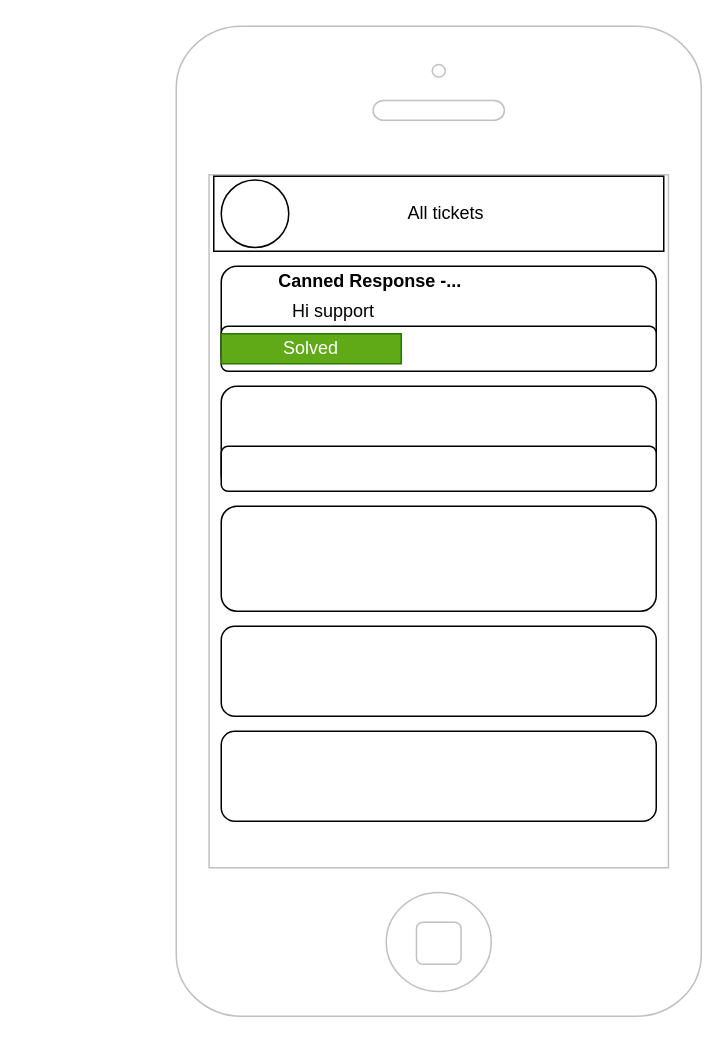
Earlier version of the draw.io diagram ticketserviceUI.drawio (RussTracy/Service-Ticket-Manager). Source tidied: cells renumbered, new cells numbered last; positions are measured from the earlier drawing's top-left corner, leaving out a move shared by most shapes. Both pictures are drawn from the tidied source at 150%, with x=0, y=0 at pixel (176, 26).
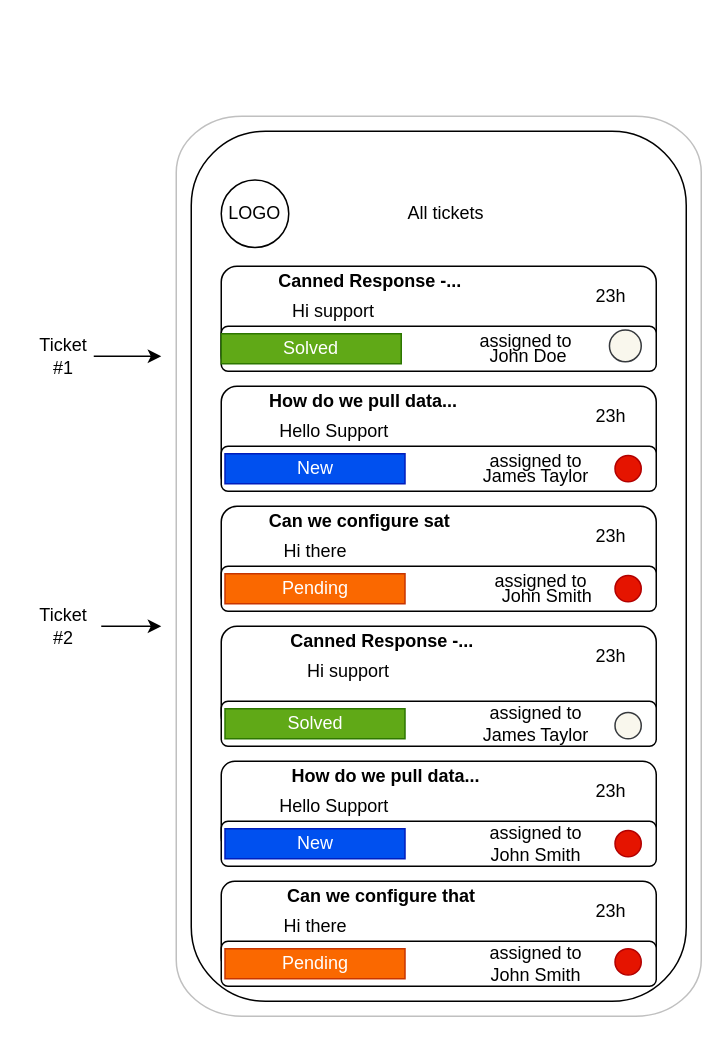
After the change.

Diff of the diagram source:
```diff
@@
     <mxCell id="2" style="html=1;verticalLabelPosition=bottom;labelBackgroundColor=#ffffff;verticalAlign=top;shadow=0;dashed=0;strokeWidth=1;shape=mxgraph.ios7.misc.iphone;strokeColor=#c0c0c0;rounded=0;sketch=0;" parent="1" vertex="1">
-      <mxGeometry width="350" height="660" as="geometry" />
+      <mxGeometry y="60" width="350" height="600" as="geometry" />
     </mxCell>
-    <mxCell id="3" style="rounded=0;whiteSpace=wrap;html=1;sketch=0;" parent="1" vertex="1">
-      <mxGeometry x="25" y="100" width="300" height="50" as="geometry" />
-    </mxCell>
+    <mxCell id="16" style="rounded=1;whiteSpace=wrap;html=1;" parent="1" vertex="1">
+      <mxGeometry x="10" y="70" width="330" height="580" as="geometry" />
+    </mxCell>
-    <mxCell id="4" style="ellipse;whiteSpace=wrap;html=1;rounded=0;sketch=0;" parent="1" vertex="1">
+    <mxCell id="4" value="LOGO" style="ellipse;whiteSpace=wrap;html=1;rounded=0;sketch=0;" parent="1" vertex="1">
       <mxGeometry x="30" y="102.5" width="45" height="45" as="geometry" />
     </mxCell>
@@
     <mxCell id="9" style="rounded=1;whiteSpace=wrap;html=1;sketch=0;" parent="1" vertex="1">
-      <mxGeometry x="30" y="400" width="290" height="60" as="geometry" />
+      <mxGeometry x="30" y="400" width="290" height="70" as="geometry" />
     </mxCell>
     <mxCell id="10" style="rounded=1;whiteSpace=wrap;html=1;sketch=0;" parent="1" vertex="1">
-      <mxGeometry x="30" y="470" width="290" height="60" as="geometry" />
+      <mxGeometry x="30" y="490" width="290" height="60" as="geometry" />
     </mxCell>
@@
+    <mxCell id="17" value="assigned to&amp;nbsp;" style="text;html=1;strokeColor=none;fillColor=none;align=center;verticalAlign=middle;whiteSpace=wrap;rounded=0;" parent="1" vertex="1">
+      <mxGeometry x="150" y="200" width="170" height="20" as="geometry" />
+    </mxCell>
+    <mxCell id="18" value="John Doe" style="text;html=1;strokeColor=none;fillColor=none;align=center;verticalAlign=middle;whiteSpace=wrap;rounded=0;" parent="1" vertex="1">
+      <mxGeometry x="190" y="210" width="90" height="20" as="geometry" />
+    </mxCell>
+    <mxCell id="19" value="How do we pull data..." style="text;html=1;strokeColor=none;fillColor=none;align=center;verticalAlign=middle;whiteSpace=wrap;rounded=0;fontStyle=1;" parent="1" vertex="1">
+      <mxGeometry x="40" y="240" width="170" height="20" as="geometry" />
+    </mxCell>
+    <mxCell id="20" value="Hello Support" style="text;html=1;strokeColor=none;fillColor=none;align=center;verticalAlign=middle;whiteSpace=wrap;rounded=0;" parent="1" vertex="1">
+      <mxGeometry x="57.5" y="260" width="95" height="20" as="geometry" />
+    </mxCell>
+    <mxCell id="21" value="New" style="rounded=0;whiteSpace=wrap;html=1;fillColor=#0050ef;strokeColor=#001DBC;fontColor=#ffffff;" parent="1" vertex="1">
+      <mxGeometry x="32.5" y="285" width="120" height="20" as="geometry" />
+    </mxCell>
+    <mxCell id="22" value="assigned to" style="text;html=1;strokeColor=none;fillColor=none;align=center;verticalAlign=middle;whiteSpace=wrap;rounded=0;" parent="1" vertex="1">
+      <mxGeometry x="200" y="280" width="80" height="20" as="geometry" />
+    </mxCell>
+    <mxCell id="23" value="James Taylor&lt;br&gt;" style="text;html=1;strokeColor=none;fillColor=none;align=center;verticalAlign=middle;whiteSpace=wrap;rounded=0;" parent="1" vertex="1">
+      <mxGeometry x="195" y="290" width="90" height="20" as="geometry" />
+    </mxCell>
+    <mxCell id="24" value="Can we configure sat" style="text;html=1;strokeColor=none;fillColor=none;align=center;verticalAlign=middle;whiteSpace=wrap;rounded=0;fontStyle=1;" parent="1" vertex="1">
+      <mxGeometry x="30" y="320" width="185" height="20" as="geometry" />
+    </mxCell>
+    <mxCell id="25" value="Hi there" style="text;html=1;strokeColor=none;fillColor=none;align=center;verticalAlign=middle;whiteSpace=wrap;rounded=0;" parent="1" vertex="1">
+      <mxGeometry x="57.5" y="340" width="70" height="20" as="geometry" />
+    </mxCell>
+    <mxCell id="26" style="rounded=1;whiteSpace=wrap;html=1;" parent="1" vertex="1">
+      <mxGeometry x="30" y="360" width="290" height="30" as="geometry" />
+    </mxCell>
+    <mxCell id="27" value="Pending" style="rounded=0;whiteSpace=wrap;html=1;fillColor=#fa6800;strokeColor=#C73500;fontColor=#ffffff;" parent="1" vertex="1">
+      <mxGeometry x="32.5" y="365" width="120" height="20" as="geometry" />
+    </mxCell>
+    <mxCell id="28" value="assigned to&amp;nbsp;" style="text;html=1;strokeColor=none;fillColor=none;align=center;verticalAlign=middle;whiteSpace=wrap;rounded=0;" parent="1" vertex="1">
+      <mxGeometry x="200" y="360" width="90" height="20" as="geometry" />
+    </mxCell>
+    <mxCell id="29" value="John Smith" style="text;html=1;strokeColor=none;fillColor=none;align=center;verticalAlign=middle;whiteSpace=wrap;rounded=0;" parent="1" vertex="1">
+      <mxGeometry x="215" y="370" width="65" height="20" as="geometry" />
+    </mxCell>
+    <mxCell id="30" style="rounded=1;whiteSpace=wrap;html=1;" parent="1" vertex="1">
+      <mxGeometry x="30" y="570" width="290" height="60" as="geometry" />
+    </mxCell>
+    <mxCell id="31" value="Canned Response -..." style="text;html=1;strokeColor=none;fillColor=none;align=center;verticalAlign=middle;whiteSpace=wrap;rounded=0;fontStyle=1;" parent="1" vertex="1">
+      <mxGeometry x="75" y="400" width="125" height="20" as="geometry" />
+    </mxCell>
+    <mxCell id="32" value="Hi support" style="text;html=1;strokeColor=none;fillColor=none;align=center;verticalAlign=middle;whiteSpace=wrap;rounded=0;" parent="1" vertex="1">
+      <mxGeometry x="80" y="420" width="70" height="20" as="geometry" />
+    </mxCell>
+    <mxCell id="33" style="rounded=1;whiteSpace=wrap;html=1;" parent="1" vertex="1">
+      <mxGeometry x="30" y="450" width="290" height="30" as="geometry" />
+    </mxCell>
+    <mxCell id="34" value="Solved" style="rounded=0;whiteSpace=wrap;html=1;fillColor=#60a917;strokeColor=#2D7600;fontColor=#ffffff;" parent="1" vertex="1">
+      <mxGeometry x="32.5" y="455" width="120" height="20" as="geometry" />
+    </mxCell>
+    <mxCell id="35" value="assigned to James Taylor" style="text;html=1;strokeColor=none;fillColor=none;align=center;verticalAlign=middle;whiteSpace=wrap;rounded=0;" parent="1" vertex="1">
+      <mxGeometry x="195" y="455" width="90" height="20" as="geometry" />
+    </mxCell>
+    <mxCell id="36" value="How do we pull data..." style="text;html=1;strokeColor=none;fillColor=none;align=center;verticalAlign=middle;whiteSpace=wrap;rounded=0;fontStyle=1;" parent="1" vertex="1">
+      <mxGeometry x="75" y="490" width="130" height="20" as="geometry" />
+    </mxCell>
+    <mxCell id="37" value="Hello Support" style="text;html=1;strokeColor=none;fillColor=none;align=center;verticalAlign=middle;whiteSpace=wrap;rounded=0;" parent="1" vertex="1">
+      <mxGeometry x="67.5" y="510" width="75" height="20" as="geometry" />
+    </mxCell>
+    <mxCell id="38" style="rounded=1;whiteSpace=wrap;html=1;" parent="1" vertex="1">
+      <mxGeometry x="30" y="530" width="290" height="30" as="geometry" />
+    </mxCell>
+    <mxCell id="39" value="New" style="rounded=0;whiteSpace=wrap;html=1;fillColor=#0050ef;strokeColor=#001DBC;fontColor=#ffffff;" parent="1" vertex="1">
+      <mxGeometry x="32.5" y="535" width="120" height="20" as="geometry" />
+    </mxCell>
+    <mxCell id="40" value="Can we configure that" style="text;html=1;strokeColor=none;fillColor=none;align=center;verticalAlign=middle;whiteSpace=wrap;rounded=0;fontStyle=1;" parent="1" vertex="1">
+      <mxGeometry x="72.5" y="570" width="127.5" height="20" as="geometry" />
+    </mxCell>
+    <mxCell id="41" value="Hi there" style="text;html=1;strokeColor=none;fillColor=none;align=center;verticalAlign=middle;whiteSpace=wrap;rounded=0;" parent="1" vertex="1">
+      <mxGeometry x="63.8" y="590" width="57.5" height="20" as="geometry" />
+    </mxCell>
+    <mxCell id="42" style="rounded=1;whiteSpace=wrap;html=1;" parent="1" vertex="1">
+      <mxGeometry x="30" y="610" width="290" height="30" as="geometry" />
+    </mxCell>
+    <mxCell id="43" value="Pending" style="rounded=0;whiteSpace=wrap;html=1;fillColor=#fa6800;strokeColor=#C73500;fontColor=#ffffff;" parent="1" vertex="1">
+      <mxGeometry x="32.5" y="615" width="120" height="20" as="geometry" />
+    </mxCell>
+    <mxCell id="44" value="assigned to John Smith" style="text;html=1;strokeColor=none;fillColor=none;align=center;verticalAlign=middle;whiteSpace=wrap;rounded=0;" parent="1" vertex="1">
+      <mxGeometry x="195" y="535" width="90" height="20" as="geometry" />
+    </mxCell>
+    <mxCell id="45" value="assigned to John Smith" style="text;html=1;strokeColor=none;fillColor=none;align=center;verticalAlign=middle;whiteSpace=wrap;rounded=0;" parent="1" vertex="1">
+      <mxGeometry x="205" y="615" width="70" height="20" as="geometry" />
+    </mxCell>
+    <mxCell id="46" value="23h" style="text;html=1;strokeColor=none;fillColor=none;align=center;verticalAlign=middle;whiteSpace=wrap;rounded=0;" parent="1" vertex="1">
+      <mxGeometry x="270" y="170" width="40" height="20" as="geometry" />
+    </mxCell>
+    <mxCell id="47" value="23h" style="text;html=1;strokeColor=none;fillColor=none;align=center;verticalAlign=middle;whiteSpace=wrap;rounded=0;" parent="1" vertex="1">
+      <mxGeometry x="270" y="250" width="40" height="20" as="geometry" />
+    </mxCell>
+    <mxCell id="48" value="23h" style="text;html=1;strokeColor=none;fillColor=none;align=center;verticalAlign=middle;whiteSpace=wrap;rounded=0;" parent="1" vertex="1">
+      <mxGeometry x="270" y="330" width="40" height="20" as="geometry" />
+    </mxCell>
+    <mxCell id="49" value="23h" style="text;html=1;strokeColor=none;fillColor=none;align=center;verticalAlign=middle;whiteSpace=wrap;rounded=0;" parent="1" vertex="1">
+      <mxGeometry x="270" y="410" width="40" height="20" as="geometry" />
+    </mxCell>
+    <mxCell id="50" value="23h" style="text;html=1;strokeColor=none;fillColor=none;align=center;verticalAlign=middle;whiteSpace=wrap;rounded=0;" parent="1" vertex="1">
+      <mxGeometry x="270" y="500" width="40" height="20" as="geometry" />
+    </mxCell>
+    <mxCell id="51" value="23h" style="text;html=1;strokeColor=none;fillColor=none;align=center;verticalAlign=middle;whiteSpace=wrap;rounded=0;" parent="1" vertex="1">
+      <mxGeometry x="270" y="580" width="40" height="20" as="geometry" />
+    </mxCell>
+    <mxCell id="52" style="ellipse;whiteSpace=wrap;html=1;fillColor=#e51400;strokeColor=#B20000;fontColor=#ffffff;" parent="1" vertex="1">
+      <mxGeometry x="292.5" y="366.2" width="17.5" height="17.5" as="geometry" />
+    </mxCell>
+    <mxCell id="53" style="ellipse;whiteSpace=wrap;html=1;fillColor=#f9f7ed;strokeColor=#36393d;" parent="1" vertex="1">
+      <mxGeometry x="288.8" y="202.5" width="21.2" height="21.2" as="geometry" />
+    </mxCell>
+    <mxCell id="54" style="ellipse;whiteSpace=wrap;html=1;fillColor=#e51400;strokeColor=#B20000;fontColor=#ffffff;" parent="1" vertex="1">
+      <mxGeometry x="292.5" y="286.2" width="17.5" height="17.5" as="geometry" />
+    </mxCell>
+    <mxCell id="55" style="ellipse;whiteSpace=wrap;html=1;fillColor=#f9f7ed;strokeColor=#36393d;" parent="1" vertex="1">
+      <mxGeometry x="292.5" y="457.5" width="17.5" height="17.5" as="geometry" />
+    </mxCell>
+    <mxCell id="56" style="ellipse;whiteSpace=wrap;html=1;fillColor=#e51400;strokeColor=#B20000;fontColor=#ffffff;" parent="1" vertex="1">
+      <mxGeometry x="292.5" y="536.2" width="17.5" height="17.5" as="geometry" />
+    </mxCell>
+    <mxCell id="57" style="ellipse;whiteSpace=wrap;html=1;fillColor=#e51400;strokeColor=#B20000;fontColor=#ffffff;" parent="1" vertex="1">
+      <mxGeometry x="292.5" y="615" width="17.5" height="17.5" as="geometry" />
+    </mxCell>
+    <mxCell id="58" style="edgeStyle=orthogonalEdgeStyle;rounded=0;jettySize=auto;html=1;" parent="1" edge="1" source="59">
+      <mxGeometry relative="1" as="geometry">
+        <mxPoint x="-10" y="400" as="targetPoint" />
+      </mxGeometry>
+    </mxCell>
+    <mxCell id="59" value="Ticket #2" style="text;html=1;strokeColor=none;fillColor=none;align=center;verticalAlign=middle;whiteSpace=wrap;rounded=0;" parent="1" vertex="1">
+      <mxGeometry x="-100" y="390" width="50" height="20" as="geometry" />
+    </mxCell>
+    <mxCell id="60" style="edgeStyle=orthogonalEdgeStyle;rounded=0;jettySize=auto;html=1;exitX=1;exitY=0.5;exitDx=0;exitDy=0;" parent="1" edge="1" source="61">
+      <mxGeometry relative="1" as="geometry">
+        <mxPoint x="-10" y="220" as="targetPoint" />
+      </mxGeometry>
+    </mxCell>
+    <mxCell id="61" value="Ticket #1" style="text;html=1;strokeColor=none;fillColor=none;align=center;verticalAlign=middle;whiteSpace=wrap;rounded=0;" parent="1" vertex="1">
+      <mxGeometry x="-95" y="210" width="40" height="20" as="geometry" />
+    </mxCell>
```
